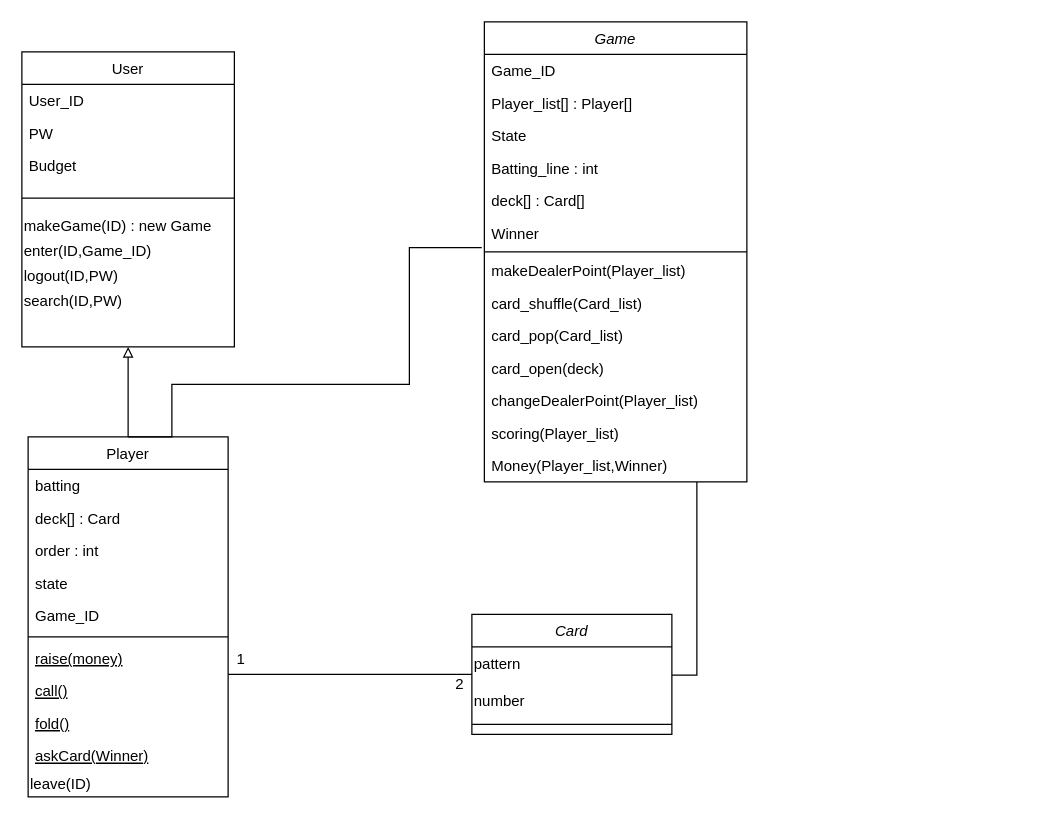
This is class diagram_r.drawio from seonmin8284/Poker, a draw.io file, before an edit. Source tidied: cells renumbered, new cells numbered last; positions are measured from the earlier drawing's top-left corner, leaving out a move shared by most shapes. Both pictures are drawn from the tidied source at 125%, with x=0, y=0 at pixel (21, 21).
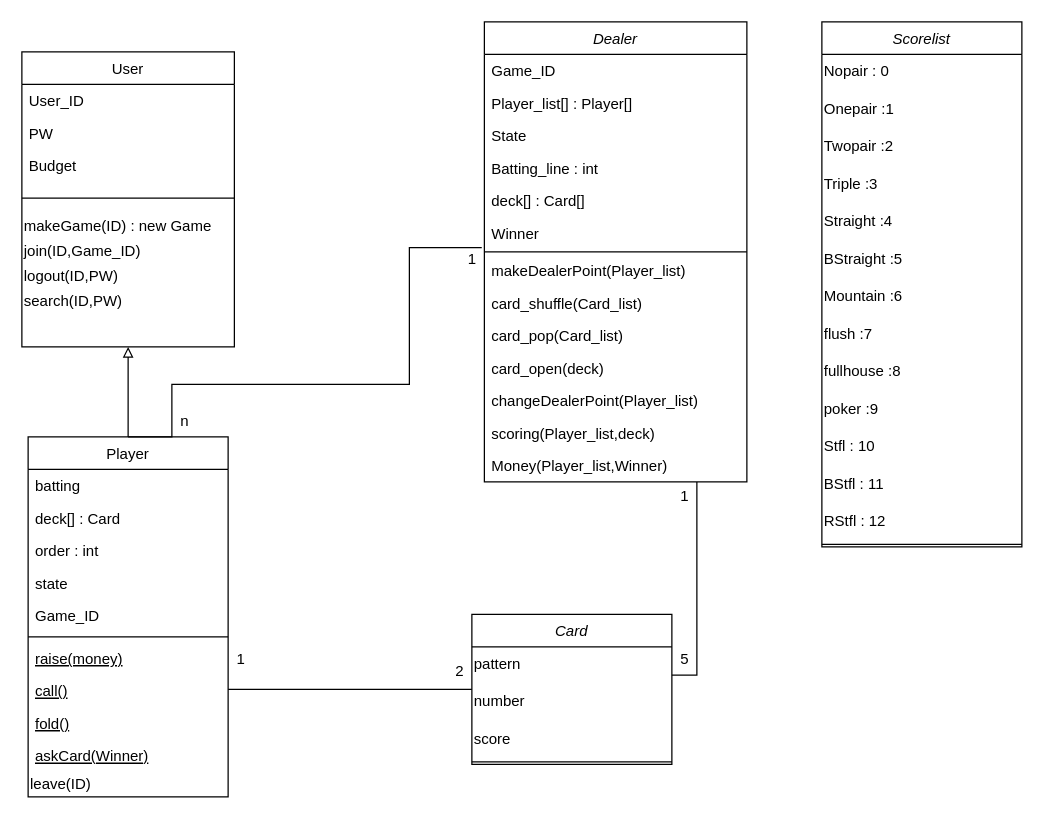
Above is the later version.

The change refers to these unchanged cells:
```xml
<mxCell id="39" value="User" style="swimlane;fontStyle=0;align=center;verticalAlign=top;horizontal=1;startSize=26;rounded=0;shadow=0;strokeWidth=1;" parent="1" vertex="1">
  <mxGeometry y="24" width="170" height="236" as="geometry" />
</mxCell>
```

The edit, as a diff of the source:
```diff
@@
     <mxCell id="2" value="Card" style="swimlane;fontStyle=2;align=center;verticalAlign=top;horizontal=1;startSize=26;rounded=0;shadow=0;strokeWidth=1;" parent="1" vertex="1">
-      <mxGeometry x="360" y="474" width="160" height="96" as="geometry" />
+      <mxGeometry x="360" y="474" width="160" height="120" as="geometry" />
     </mxCell>
@@
+    <mxCell id="48" value="&lt;font face=&quot;helvetica&quot;&gt;score&lt;/font&gt;" style="text;whiteSpace=wrap;html=1;" parent="2" vertex="1">
+      <mxGeometry y="86" width="160" height="30" as="geometry" />
+    </mxCell>
     <mxCell id="5" style="line;html=1;strokeWidth=1;align=left;verticalAlign=middle;spacingTop=-1;spacingLeft=3;spacingRight=3;labelPosition=right;" parent="2" vertex="1">
-      <mxGeometry y="86" width="160" height="4" as="geometry" />
+      <mxGeometry y="116" width="160" height="4" as="geometry" />
     </mxCell>
@@
-    <mxCell id="21" value="Game" style="swimlane;fontStyle=2;align=center;verticalAlign=top;horizontal=1;startSize=26;rounded=0;shadow=0;strokeWidth=1;" parent="1" vertex="1">
+    <mxCell id="21" value="Dealer" style="swimlane;fontStyle=2;align=center;verticalAlign=top;horizontal=1;startSize=26;rounded=0;shadow=0;strokeWidth=1;" parent="1" vertex="1">
       <mxGeometry x="370" width="210" height="368" as="geometry" />
     </mxCell>
@@
-    <mxCell id="34" value="scoring(Player_list)" style="text;align=left;verticalAlign=top;spacingLeft=4;spacingRight=4;overflow=hidden;" parent="21" vertex="1">
+    <mxCell id="34" value="scoring(Player_list,deck)" style="text;align=left;verticalAlign=top;spacingLeft=4;spacingRight=4;overflow=hidden;" parent="21" vertex="1">
       <mxGeometry y="316" width="210" height="26" as="geometry" />
     </mxCell>
@@
     <mxCell id="37" value="2" style="text;html=1;align=center;verticalAlign=middle;strokeColor=none;fillColor=none;rotation=0;" parent="1" vertex="1">
-      <mxGeometry x="340" y="520" width="20" height="20" as="geometry" />
+      <mxGeometry x="340" y="510" width="20" height="20" as="geometry" />
     </mxCell>
@@
-    <mxCell id="45" value="enter(ID,Game_ID)&amp;nbsp;" style="text;html=1;align=left;verticalAlign=middle;strokeColor=none;fillColor=none;" parent="39" vertex="1">
+    <mxCell id="45" value="join(ID,Game_ID)&amp;nbsp;" style="text;html=1;align=left;verticalAlign=middle;strokeColor=none;fillColor=none;" parent="39" vertex="1">
       <mxGeometry y="150" width="170" height="20" as="geometry" />
     </mxCell>
@@
+    <mxCell id="49" value="Scorelist" style="swimlane;fontStyle=2;align=center;verticalAlign=top;horizontal=1;startSize=26;rounded=0;shadow=0;strokeWidth=1;" parent="1" vertex="1">
+      <mxGeometry x="640" width="160" height="420" as="geometry" />
+    </mxCell>
+    <mxCell id="50" value="&lt;font face=&quot;helvetica&quot;&gt;Nopair : 0&lt;/font&gt;" style="text;whiteSpace=wrap;html=1;" parent="49" vertex="1">
+      <mxGeometry y="26" width="160" height="30" as="geometry" />
+    </mxCell>
+    <mxCell id="51" value="&lt;font face=&quot;helvetica&quot;&gt;Onepair&amp;nbsp;&lt;/font&gt;&lt;span style=&quot;font-family: &amp;#34;helvetica&amp;#34;&quot;&gt;:1&lt;/span&gt;" style="text;whiteSpace=wrap;html=1;" parent="49" vertex="1">
+      <mxGeometry y="56" width="160" height="30" as="geometry" />
+    </mxCell>
+    <mxCell id="52" value="&lt;font face=&quot;helvetica&quot;&gt;Twopair&amp;nbsp;&lt;/font&gt;&lt;span style=&quot;font-family: &amp;#34;helvetica&amp;#34;&quot;&gt;:&lt;/span&gt;&lt;font face=&quot;helvetica&quot;&gt;2&lt;/font&gt;" style="text;whiteSpace=wrap;html=1;" parent="49" vertex="1">
+      <mxGeometry y="86" width="160" height="30" as="geometry" />
+    </mxCell>
+    <mxCell id="53" value="&lt;font face=&quot;helvetica&quot;&gt;Triple&amp;nbsp;&lt;/font&gt;&lt;span style=&quot;font-family: &amp;#34;helvetica&amp;#34;&quot;&gt;:&lt;/span&gt;&lt;font face=&quot;helvetica&quot;&gt;3&lt;br&gt;&lt;/font&gt;" style="text;whiteSpace=wrap;html=1;" parent="49" vertex="1">
+      <mxGeometry y="116" width="160" height="30" as="geometry" />
+    </mxCell>
+    <mxCell id="54" value="&lt;font face=&quot;helvetica&quot;&gt;Straight&amp;nbsp;&lt;/font&gt;&lt;span style=&quot;font-family: &amp;#34;helvetica&amp;#34;&quot;&gt;:&lt;/span&gt;&lt;font face=&quot;helvetica&quot;&gt;4&lt;br&gt;&lt;/font&gt;" style="text;whiteSpace=wrap;html=1;" parent="49" vertex="1">
+      <mxGeometry y="146" width="160" height="30" as="geometry" />
+    </mxCell>
+    <mxCell id="55" value="&lt;font face=&quot;helvetica&quot;&gt;BStraight&amp;nbsp;&lt;/font&gt;&lt;span style=&quot;font-family: &amp;#34;helvetica&amp;#34;&quot;&gt;:&lt;/span&gt;&lt;font face=&quot;helvetica&quot;&gt;5&lt;br&gt;&lt;/font&gt;" style="text;whiteSpace=wrap;html=1;" parent="49" vertex="1">
+      <mxGeometry y="176" width="160" height="30" as="geometry" />
+    </mxCell>
+    <mxCell id="56" value="&lt;font face=&quot;helvetica&quot;&gt;Mountain&amp;nbsp;&lt;/font&gt;&lt;span style=&quot;font-family: &amp;#34;helvetica&amp;#34;&quot;&gt;:&lt;/span&gt;&lt;font face=&quot;helvetica&quot;&gt;6&lt;br&gt;&lt;/font&gt;" style="text;whiteSpace=wrap;html=1;" parent="49" vertex="1">
+      <mxGeometry y="206" width="160" height="30" as="geometry" />
+    </mxCell>
+    <mxCell id="57" value="&lt;font face=&quot;helvetica&quot;&gt;flush&amp;nbsp;&lt;/font&gt;&lt;span style=&quot;font-family: &amp;#34;helvetica&amp;#34;&quot;&gt;:&lt;/span&gt;&lt;font face=&quot;helvetica&quot;&gt;7&lt;br&gt;&lt;/font&gt;" style="text;whiteSpace=wrap;html=1;" parent="49" vertex="1">
+      <mxGeometry y="236" width="160" height="30" as="geometry" />
+    </mxCell>
+    <mxCell id="58" value="&lt;font face=&quot;helvetica&quot;&gt;fullhouse&amp;nbsp;&lt;/font&gt;&lt;span style=&quot;font-family: &amp;#34;helvetica&amp;#34;&quot;&gt;:&lt;/span&gt;&lt;font face=&quot;helvetica&quot;&gt;8&lt;br&gt;&lt;/font&gt;" style="text;whiteSpace=wrap;html=1;" parent="49" vertex="1">
+      <mxGeometry y="266" width="160" height="30" as="geometry" />
+    </mxCell>
+    <mxCell id="59" value="&lt;font face=&quot;helvetica&quot;&gt;poker&amp;nbsp;&lt;/font&gt;&lt;span style=&quot;font-family: &amp;#34;helvetica&amp;#34;&quot;&gt;:&lt;/span&gt;&lt;font face=&quot;helvetica&quot;&gt;9&lt;br&gt;&lt;/font&gt;" style="text;whiteSpace=wrap;html=1;" parent="49" vertex="1">
+      <mxGeometry y="296" width="160" height="30" as="geometry" />
+    </mxCell>
+    <mxCell id="60" value="&lt;font face=&quot;helvetica&quot;&gt;Stfl : 10&lt;br&gt;&lt;/font&gt;" style="text;whiteSpace=wrap;html=1;" parent="49" vertex="1">
+      <mxGeometry y="326" width="160" height="30" as="geometry" />
+    </mxCell>
+    <mxCell id="61" value="&lt;font face=&quot;helvetica&quot;&gt;BStfl : 11&lt;br&gt;&lt;/font&gt;" style="text;whiteSpace=wrap;html=1;" parent="49" vertex="1">
+      <mxGeometry y="356" width="160" height="30" as="geometry" />
+    </mxCell>
+    <mxCell id="62" value="&lt;font face=&quot;helvetica&quot;&gt;RStfl : 12&lt;br&gt;&lt;/font&gt;" style="text;whiteSpace=wrap;html=1;" parent="49" vertex="1">
+      <mxGeometry y="386" width="160" height="30" as="geometry" />
+    </mxCell>
+    <mxCell id="63" style="line;html=1;strokeWidth=1;align=left;verticalAlign=middle;spacingTop=-1;spacingLeft=3;spacingRight=3;labelPosition=right;" parent="49" vertex="1">
+      <mxGeometry y="416" width="160" height="4" as="geometry" />
+    </mxCell>
+    <mxCell id="64" value="1" style="text;html=1;align=center;verticalAlign=middle;strokeColor=none;fillColor=none;" parent="1" vertex="1">
+      <mxGeometry x="350" y="180" width="20" height="20" as="geometry" />
+    </mxCell>
+    <mxCell id="65" value="1" style="text;html=1;align=center;verticalAlign=middle;strokeColor=none;fillColor=none;" parent="1" vertex="1">
+      <mxGeometry x="520" y="370" width="20" height="20" as="geometry" />
+    </mxCell>
+    <mxCell id="66" value="5" style="text;html=1;align=center;verticalAlign=middle;strokeColor=none;fillColor=none;rotation=0;" parent="1" vertex="1">
+      <mxGeometry x="520" y="500" width="20" height="20" as="geometry" />
+    </mxCell>
+    <mxCell id="67" value="n" style="text;html=1;align=center;verticalAlign=middle;strokeColor=none;fillColor=none;" parent="1" vertex="1">
+      <mxGeometry x="120" y="310" width="20" height="20" as="geometry" />
+    </mxCell>
```
